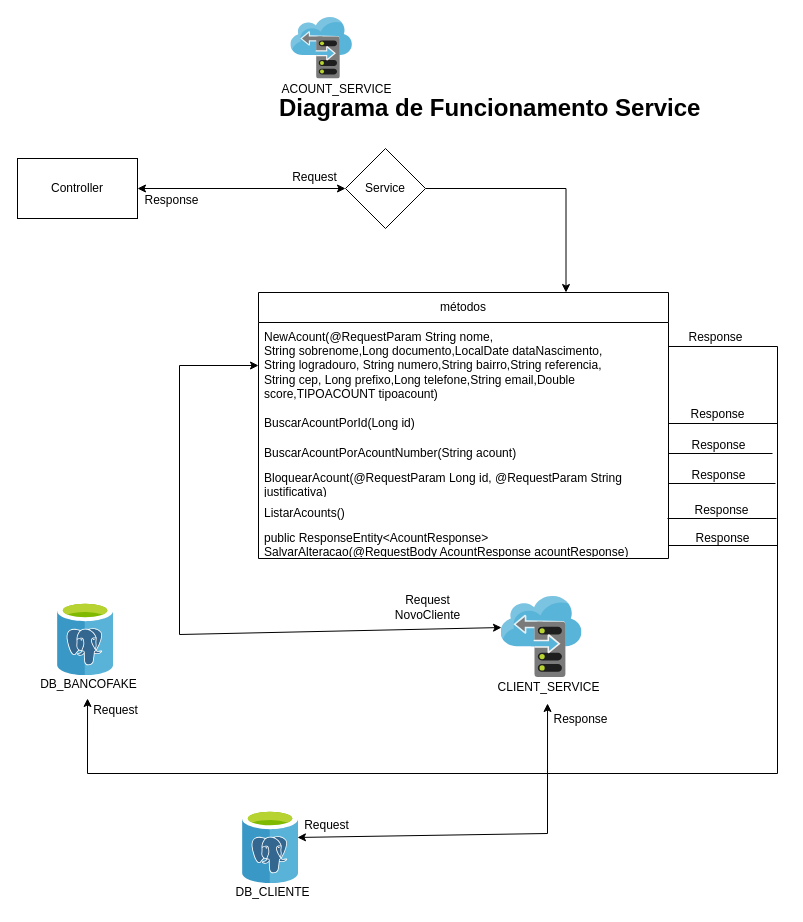
Before: page "Diagrama AcountService nível 2" (2 of 9) of Documentação/Diagrama de funcionamento.drawio in marcelquin/BancoFake, a draw.io diagram. Source tidied: cells renumbered, new cells numbered last; positions are measured from the earlier drawing's top-left corner, leaving out a move shared by most shapes. Both pictures are drawn from the tidied source at 100%, with x=0, y=0 at pixel (17, 17).
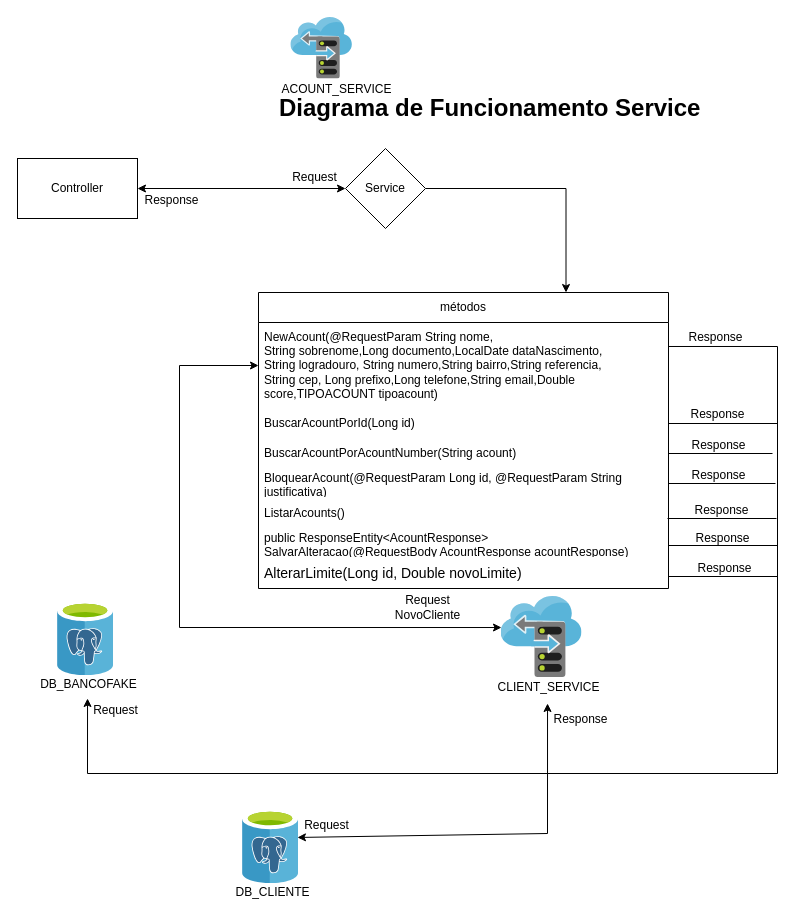
The same diagram, later.

Unchanged cells that the change refers to:
```xml
<mxCell id="10" value="NewAcount(&lt;span style=&quot;background-color: initial;&quot;&gt;@RequestParam String nome,&lt;/span&gt;&lt;span style=&quot;background-color: initial;&quot;&gt;&amp;nbsp; &amp;nbsp; &amp;nbsp; &amp;nbsp; &amp;nbsp; &amp;nbsp; &amp;nbsp; &amp;nbsp; &amp;nbsp; &amp;nbsp; &amp;nbsp; &amp;nbsp; &amp;nbsp; &amp;nbsp; &amp;nbsp; &amp;nbsp; &amp;nbsp; &amp;nbsp; &amp;nbsp; &amp;nbsp; &amp;nbsp; &amp;nbsp; &amp;nbsp; &amp;nbsp; &amp;nbsp; &amp;nbsp; String sobrenome,&lt;/span&gt;&lt;span style=&quot;background-color: initial;&quot;&gt;Long documento,&lt;/span&gt;&lt;span style=&quot;background-color: initial;&quot;&gt;LocalDate dataNascimento,&lt;/span&gt;&lt;div&gt;String logradouro,&amp;nbsp;&lt;span style=&quot;background-color: initial;&quot;&gt;String numero,&lt;/span&gt;&lt;span style=&quot;background-color: initial;&quot;&gt;String bairro,&lt;/span&gt;&lt;span style=&quot;background-color: initial;&quot;&gt;String referencia,&lt;/span&gt;&lt;/div&gt;&lt;div&gt;String cep,&amp;nbsp;&lt;span style=&quot;background-color: initial;&quot;&gt;Long prefixo,&lt;/span&gt;&lt;span style=&quot;background-color: initial;&quot;&gt;Long telefone,&lt;/span&gt;&lt;span style=&quot;background-color: initial;&quot;&gt;String email,&lt;/span&gt;&lt;span style=&quot;background-color: initial;&quot;&gt;Double score,&lt;/span&gt;&lt;span style=&quot;background-color: initial;&quot;&gt;TIPOACOUNT tipoacount)&lt;/span&gt;&lt;/div&gt;" style="text;strokeColor=none;fillColor=none;align=left;verticalAlign=middle;spacingLeft=4;spacingRight=4;overflow=hidden;points=[[0,0.5],[1,0.5]];portConstraint=eastwest;whiteSpace=wrap;html=1;" parent="9" vertex="1">
  <mxGeometry y="30" width="410" height="86" as="geometry" />
</mxCell>
<mxCell id="20" style="image;sketch=0;html=1;points=[];align=center;fontSize=12;image=img/lib/mscae/Storage_sync_service.svg;" parent="19" vertex="1">
  <mxGeometry x="23.5" width="81" height="81" as="geometry" />
</mxCell>
```

The edit, as a diff of the source:
```diff
@@
     <mxCell id="9" value="métodos" style="swimlane;fontStyle=0;horizontal=1;startSize=30;whiteSpace=wrap;html=1;" parent="1" vertex="1">
-      <mxGeometry x="241" y="275" width="410" height="266" as="geometry" />
+      <mxGeometry x="241" y="275" width="410" height="296" as="geometry" />
     </mxCell>
@@
+    <mxCell id="46" value="&lt;div style=&quot;font-size: 14px; line-height: 19px; white-space: pre;&quot;&gt;&lt;font face=&quot;Helvetica&quot; style=&quot;color: rgb(0, 0, 0);&quot;&gt;AlterarLimite(Long id, Double novoLimite)&lt;/font&gt;&lt;/div&gt;" style="text;strokeColor=none;fillColor=none;align=left;verticalAlign=middle;spacingLeft=4;spacingRight=4;overflow=hidden;whiteSpace=wrap;html=1;" parent="9" vertex="1">
+      <mxGeometry y="266" width="410" height="30" as="geometry" />
+    </mxCell>
@@
     <mxCell id="24" style="endArrow=classic;startArrow=classic;html=1;rounded=0;entryX=0.006;entryY=0.383;entryDx=0;entryDy=0;entryPerimeter=0;exitX=0;exitY=0.5;exitDx=0;exitDy=0;" parent="1" edge="1" source="10" target="20">
       <mxGeometry relative="1" as="geometry">
         <Array as="points">
           <mxPoint x="162" y="348" />
-          <mxPoint x="162" y="617" />
+          <mxPoint x="162" y="610" />
         </Array>
       </mxGeometry>
     </mxCell>
@@
+    <mxCell id="47" style="endArrow=none;html=1;rounded=0;exitX=1;exitY=0.5;exitDx=0;exitDy=0;" parent="1" edge="1">
+      <mxGeometry relative="1" as="geometry">
+        <mxPoint x="651" y="559" as="sourcePoint" />
+        <mxPoint x="760" y="559" as="targetPoint" />
+      </mxGeometry>
+    </mxCell>
+    <mxCell id="48" value="Response" style="text;html=1;align=center;verticalAlign=middle;strokeColor=none;fillColor=none;" parent="1" vertex="1">
+      <mxGeometry x="671" y="538" width="72" height="26" as="geometry" />
+    </mxCell>
```
